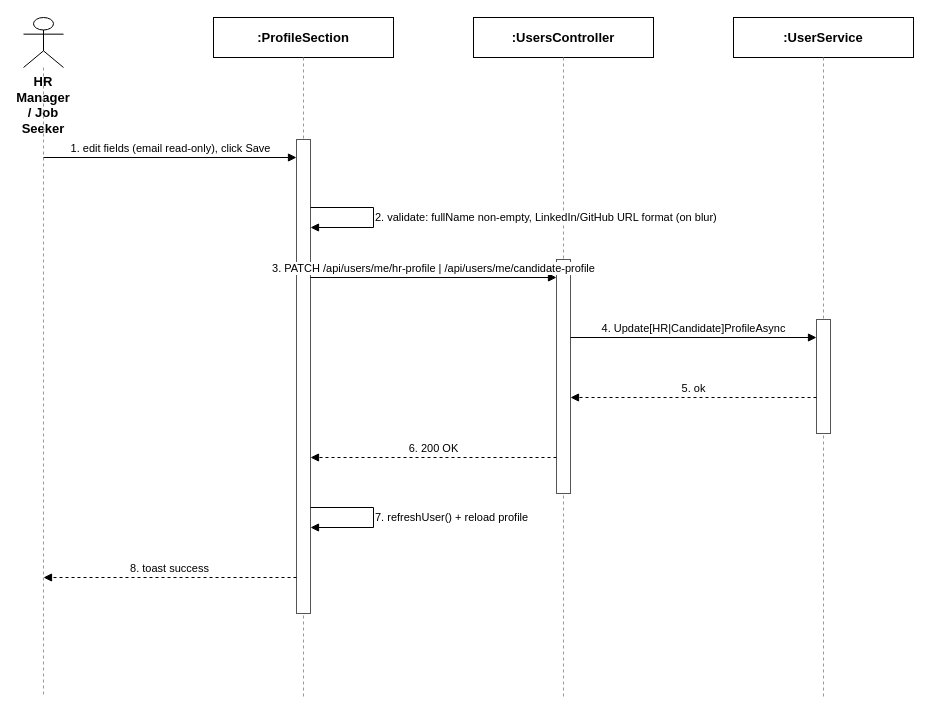
Before: docs/qa/Hien_SequenceDiagram/3.2.2_Update_Profile.drawio in tulklk/AI_Interview_Question_Generation_RAG_LLM_FE, a draw.io diagram. Source tidied: cells renumbered, new cells numbered last; positions are measured from the earlier drawing's top-left corner, leaving out a move shared by most shapes. Both pictures are drawn from the tidied source at 100%, with x=0, y=0 at pixel (23, 17).
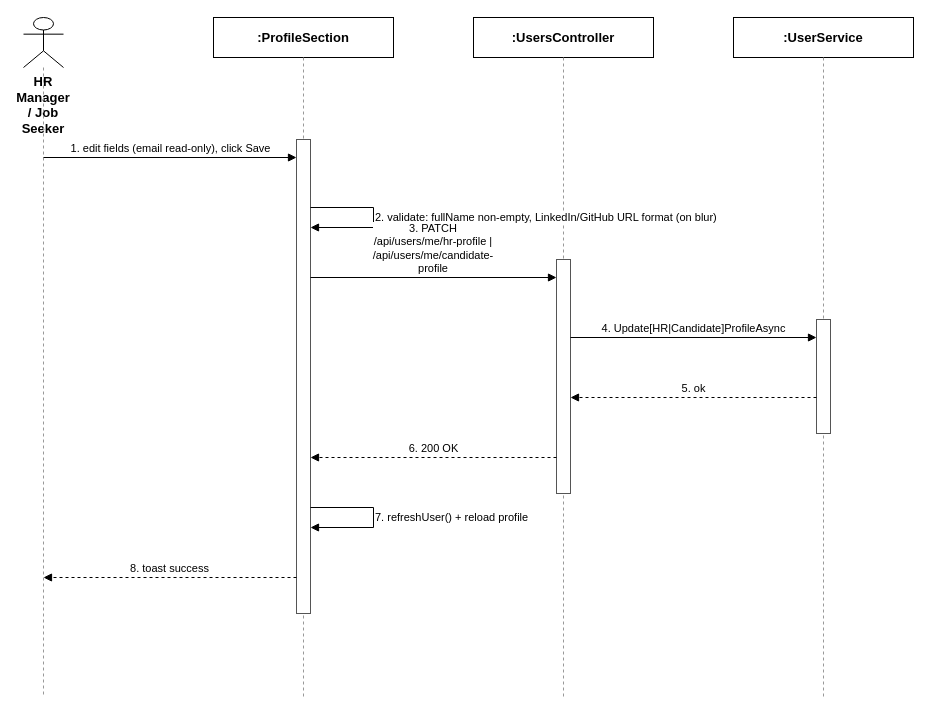
After the change.

Diff of the diagram source:
```diff
@@
-    <mxCell id="15" value="3. PATCH /api/users/me/hr-profile | /api/users/me/candidate-profile" style="endArrow=block;endFill=1;html=1;fontSize=11;align=center;verticalAlign=bottom;labelBackgroundColor=#ffffff;strokeColor=#000000;" parent="1" edge="1">
+    <mxCell id="15" value="3. PATCH /api/users/me/hr-profile | /api/users/me/candidate-profile" style="endArrow=block;endFill=1;html=1;whiteSpace=wrap;fontSize=11;align=center;verticalAlign=bottom;labelBackgroundColor=#ffffff;strokeColor=#000000;" parent="1" edge="1">
       <mxGeometry relative="1" as="geometry">
         <mxPoint x="287" y="260" as="sourcePoint" />
         <mxPoint x="533" y="260" as="targetPoint" />
       </mxGeometry>
     </mxCell>
```
